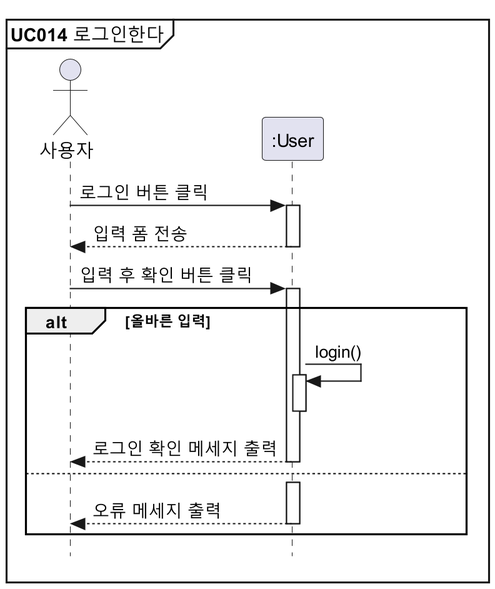
The PlantUML diagram docs/설계명세서/images/seq_diag/uc014.png in parkchamchi/SoftwareEngineering2023, before a commit.
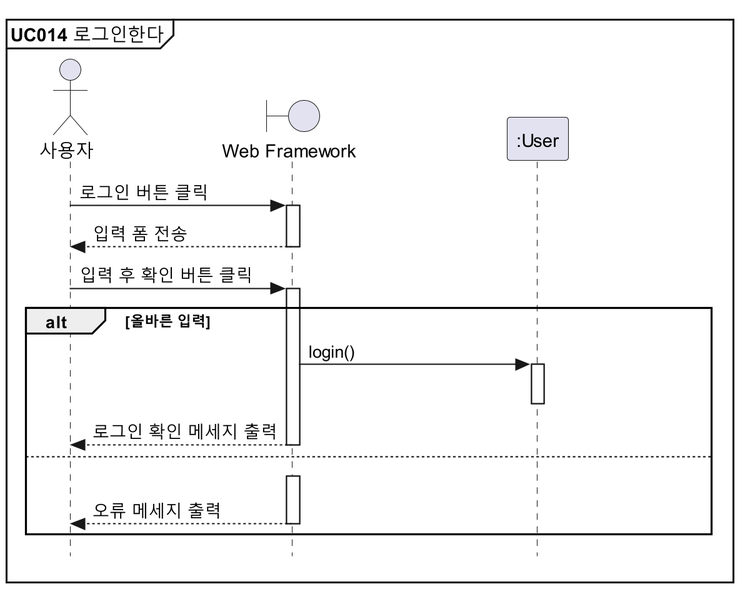
Above is the later version.

Change to the diagram source:
```diff
@@ -3,20 +3,20 @@
 
 mainframe **UC014** 로그인한다
 
-actor 사용자
+!includesub style.puml!PARTICIPANTS
 participant ":User" as User
 
-사용자 -> User : 로그인 버튼 클릭
-User --> 사용자 : 입력 폼 전송
+사용자 -> view : 로그인 버튼 클릭
+view --> 사용자 : 입력 폼 전송
 
-사용자 -> User : 입력 후 확인 버튼 클릭
+사용자 -> view : 입력 후 확인 버튼 클릭
 alt 올바른 입력
-	User -> User : login()
+	view -> User : login()
 	deactivate User
-	User --> 사용자 : 로그인 확인 메세지 출력
+	view --> 사용자 : 로그인 확인 메세지 출력
 else
-	사용자 -[hidden]> User
-	User --> 사용자 : 오류 메세지 출력
+	view -[hidden]> view
+	view --> 사용자 : 오류 메세지 출력
 end
 
 
```
